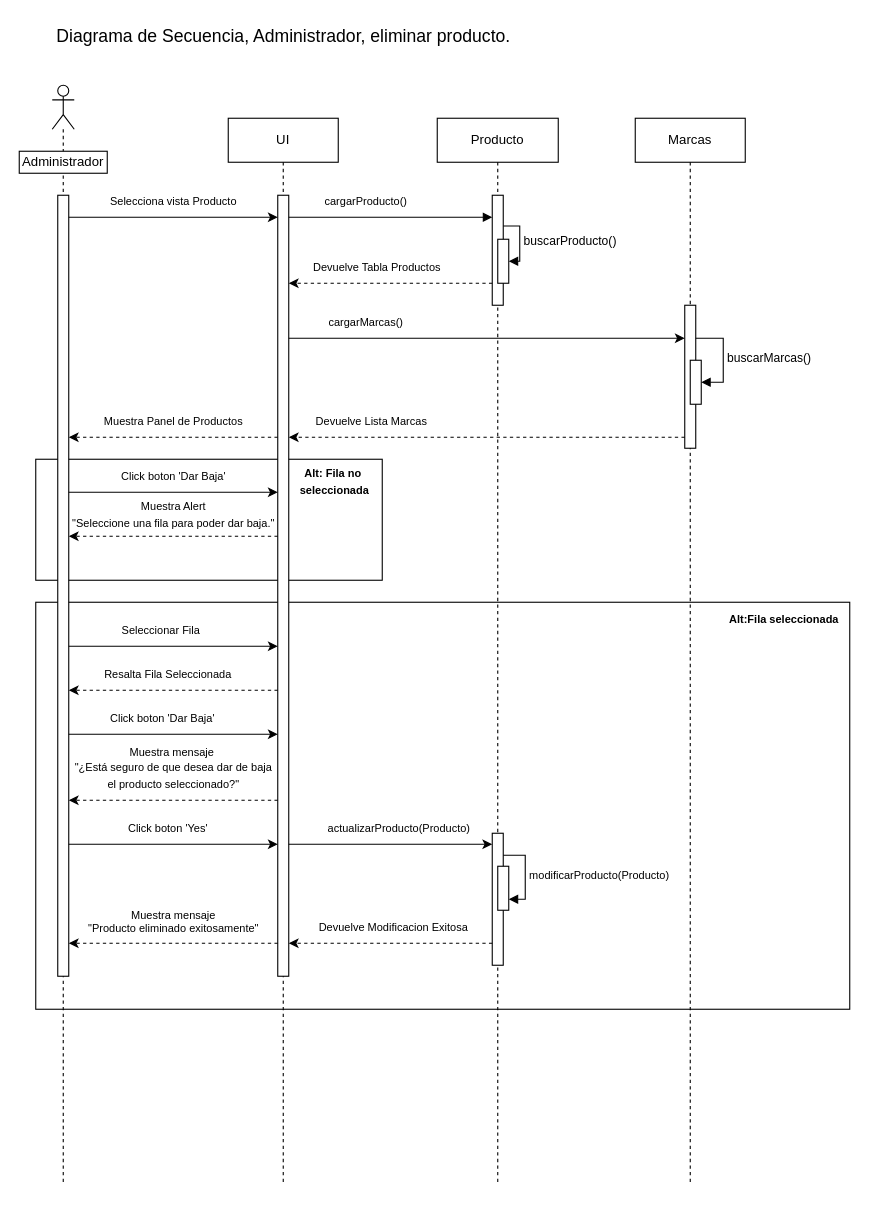
This is Documento/Diagrama/DiagramaSecuencia_BajaProducto.drawio from gabrielcapay/TecnoPunta, a draw.io file, before an edit. Source tidied: cells renumbered, new cells numbered last; positions are measured from the earlier drawing's top-left corner, leaving out a move shared by most shapes. Both pictures are drawn from the tidied source at 110%, with x=0, y=0 at pixel (19, 19).
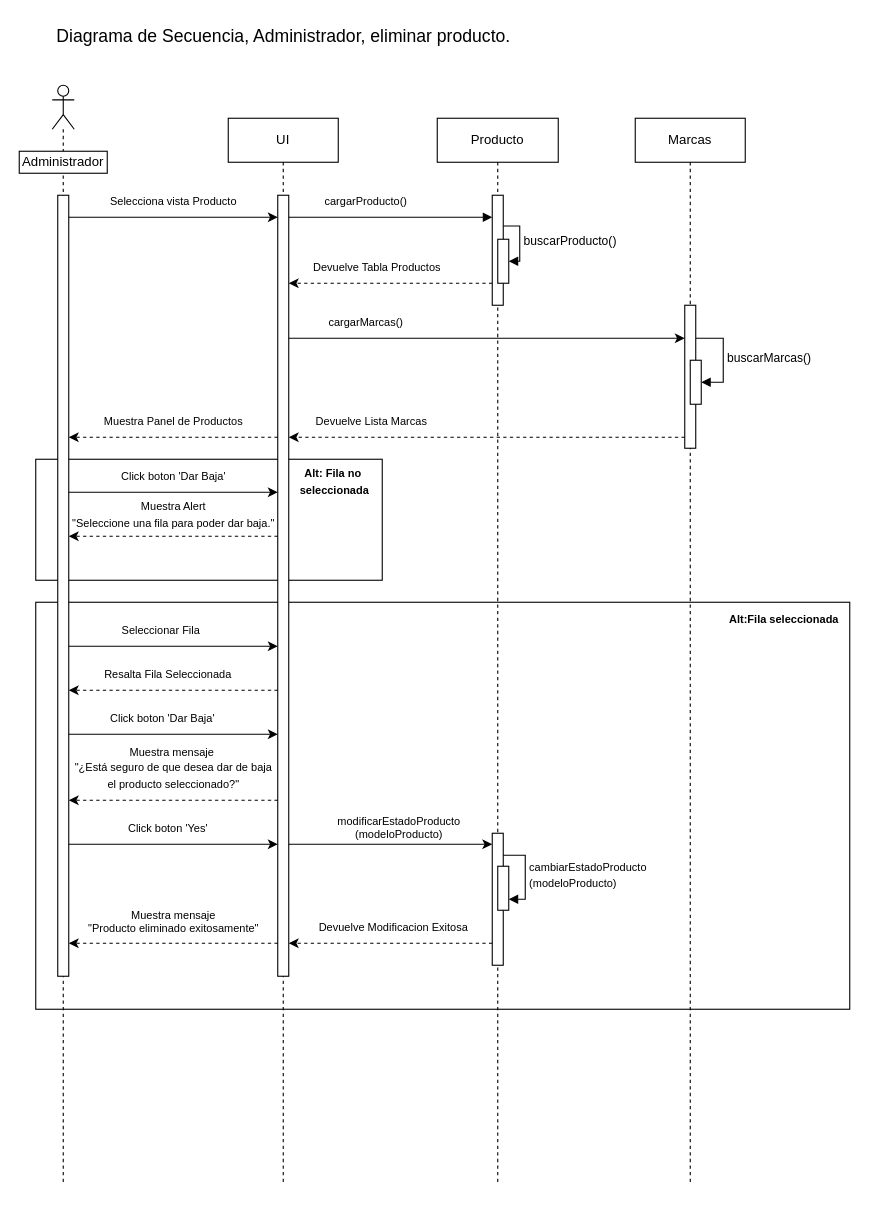
The same page after the edit.

The change refers to these unchanged cells:
```xml
<mxCell id="6" value="Producto" style="shape=umlLifeline;perimeter=lifelinePerimeter;whiteSpace=wrap;html=1;newEdgeStyle={&quot;edgeStyle&quot;:&quot;elbowEdgeStyle&quot;,&quot;elbow&quot;:&quot;vertical&quot;,&quot;curved&quot;:0,&quot;rounded&quot;:0};labelBackgroundColor=none;" parent="1" vertex="1">
  <mxGeometry x="380" y="90" width="110" height="970" as="geometry" />
</mxCell>
<mxCell id="10" style="html=1;points=[[0,0,0,0,5],[0,1,0,0,-5],[1,0,0,0,5],[1,1,0,0,-5]];perimeter=orthogonalPerimeter;outlineConnect=0;targetShapes=umlLifeline;portConstraint=eastwest;newEdgeStyle={&quot;curved&quot;:0,&quot;rounded&quot;:0};" parent="6" vertex="1">
  <mxGeometry x="50" y="650" width="10" height="120" as="geometry" />
</mxCell>
<mxCell id="11" style="html=1;points=[[0,0,0,0,5],[0,1,0,0,-5],[1,0,0,0,5],[1,1,0,0,-5]];perimeter=orthogonalPerimeter;outlineConnect=0;targetShapes=umlLifeline;portConstraint=eastwest;newEdgeStyle={&quot;curved&quot;:0,&quot;rounded&quot;:0};" parent="6" vertex="1">
  <mxGeometry x="55" y="680" width="10" height="40" as="geometry" />
</mxCell>
```

Change to the diagram source:
```diff
@@
-    <mxCell id="12" value="&lt;font style=&quot;font-size: 10px;&quot;&gt;modificarProducto(Producto)&lt;/font&gt;" style="html=1;align=left;spacingLeft=2;endArrow=block;rounded=0;edgeStyle=orthogonalEdgeStyle;curved=0;rounded=0;" parent="6" edge="1" source="10" target="11">
+    <mxCell id="12" value="&lt;font style=&quot;font-size: 10px;&quot;&gt;cambiarEstadoProducto&lt;/font&gt;&lt;div&gt;&lt;font style=&quot;font-size: 10px;&quot;&gt;(modeloProducto)&lt;/font&gt;&lt;/div&gt;" style="html=1;align=left;spacingLeft=2;endArrow=block;rounded=0;edgeStyle=orthogonalEdgeStyle;curved=0;rounded=0;" parent="6" edge="1" source="10" target="11">
       <mxGeometry relative="1" as="geometry">
         <Array as="points">
           <mxPoint x="80" y="670" />
           <mxPoint x="80" y="710" />
         </Array>
       </mxGeometry>
     </mxCell>
@@
-    <mxCell id="52" value="actualizarProducto(Producto)" style="text;html=1;align=center;verticalAlign=middle;strokeColor=none;fillColor=none;fontSize=10;" parent="1" vertex="1">
-      <mxGeometry x="270" y="720" width="150" height="30" as="geometry" />
+    <mxCell id="52" value="modificarEstadoProducto&lt;br&gt;(modeloProducto)" style="text;html=1;align=center;verticalAlign=middle;strokeColor=none;fillColor=none;fontSize=10;" parent="1" vertex="1">
+      <mxGeometry x="275" y="715" width="140" height="40" as="geometry" />
     </mxCell>
```
